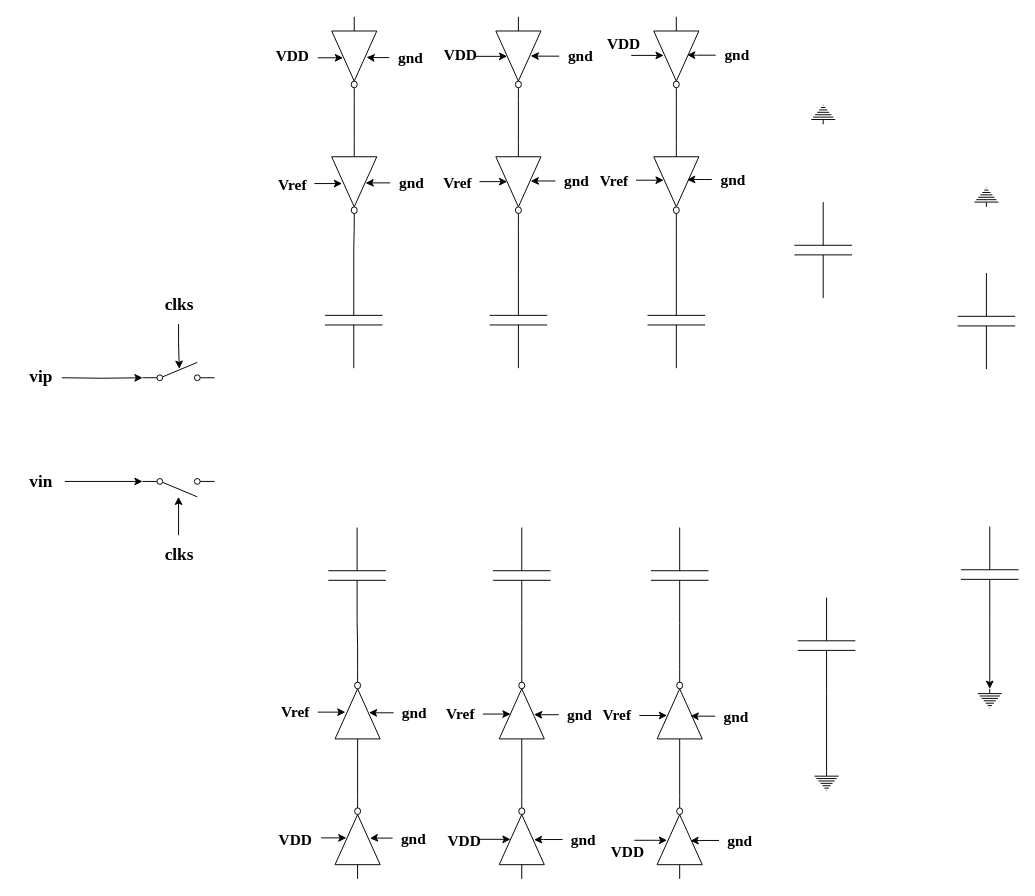
w1213ph/draw.io keeps this draw.io diagram as cdac.drawio. Above is the earlier version. Source tidied: cells renumbered, new cells numbered last; positions are measured from the earlier drawing's top-left corner, leaving out a move shared by most shapes. Both pictures are drawn from the tidied source at 96%, with x=0, y=0 at pixel (16, 16).
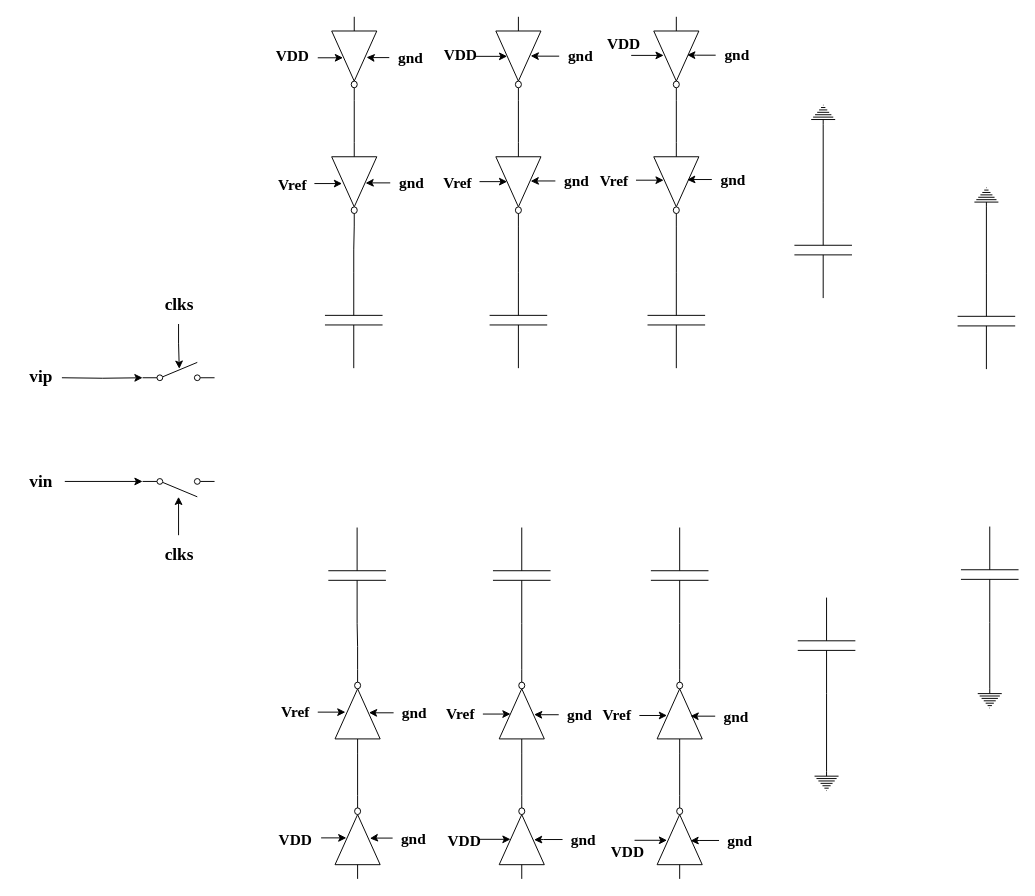
The same page after the edit.

The change refers to these unchanged cells:
```xml
<mxCell id="14" style="verticalLabelPosition=bottom;shadow=0;dashed=0;align=center;html=1;verticalAlign=top;shape=mxgraph.electrical.capacitors.capacitor_1;direction=south;" parent="1" vertex="1">
  <mxGeometry x="810" y="193" width="60" height="100" as="geometry" />
</mxCell>
<mxCell id="15" style="verticalLabelPosition=bottom;shadow=0;dashed=0;align=center;html=1;verticalAlign=top;shape=mxgraph.electrical.capacitors.capacitor_1;direction=south;" parent="1" vertex="1">
  <mxGeometry x="980" y="267" width="60" height="100" as="geometry" />
</mxCell>
<mxCell id="47" style="verticalLabelPosition=bottom;shadow=0;dashed=0;align=center;html=1;verticalAlign=top;shape=mxgraph.electrical.signal_sources.protective_earth;direction=west;" parent="1" vertex="1">
  <mxGeometry x="827.5" y="92" width="25" height="20" as="geometry" />
</mxCell>
<mxCell id="48" style="verticalLabelPosition=bottom;shadow=0;dashed=0;align=center;html=1;verticalAlign=top;shape=mxgraph.electrical.signal_sources.protective_earth;direction=west;" parent="1" vertex="1">
  <mxGeometry x="997.5" y="178" width="25" height="20" as="geometry" />
</mxCell>
<mxCell id="52" style="verticalLabelPosition=bottom;shadow=0;dashed=0;align=center;html=1;verticalAlign=top;shape=mxgraph.electrical.capacitors.capacitor_1;direction=south;" parent="1" vertex="1">
  <mxGeometry x="983.5" y="531" width="60" height="100" as="geometry" />
</mxCell>
<mxCell id="85" style="verticalLabelPosition=bottom;shadow=0;dashed=0;align=center;html=1;verticalAlign=top;shape=mxgraph.electrical.signal_sources.protective_earth;direction=west;flipV=1;" parent="1" vertex="1">
  <mxGeometry x="1001" y="700" width="25" height="20" as="geometry" />
</mxCell>
```

What changed in the source:
```diff
@@
-    <mxCell id="99" style="edgeStyle=orthogonalEdgeStyle;rounded=0;jettySize=auto;html=1;entryX=0.5;entryY=0;entryDx=0;entryDy=0;entryPerimeter=0;" parent="1" edge="1" source="52" target="85">
+    <mxCell id="99" style="edgeStyle=orthogonalEdgeStyle;rounded=0;jettySize=auto;html=1;entryX=0.5;entryY=0;entryDx=0;entryDy=0;entryPerimeter=0;endArrow=none;endFill=0;" parent="1" edge="1" source="52" target="85">
       <mxGeometry relative="1" as="geometry" />
     </mxCell>
+    <mxCell id="100" style="edgeStyle=orthogonalEdgeStyle;rounded=0;jettySize=auto;html=1;entryX=0.5;entryY=0;entryDx=0;entryDy=0;entryPerimeter=0;endArrow=none;endFill=0;" parent="1" edge="1" source="14" target="47">
+      <mxGeometry relative="1" as="geometry" />
+    </mxCell>
+    <mxCell id="101" style="edgeStyle=orthogonalEdgeStyle;rounded=0;jettySize=auto;html=1;entryX=0.5;entryY=0;entryDx=0;entryDy=0;entryPerimeter=0;endArrow=none;endFill=0;" parent="1" edge="1" source="15" target="48">
+      <mxGeometry relative="1" as="geometry" />
+    </mxCell>
```
